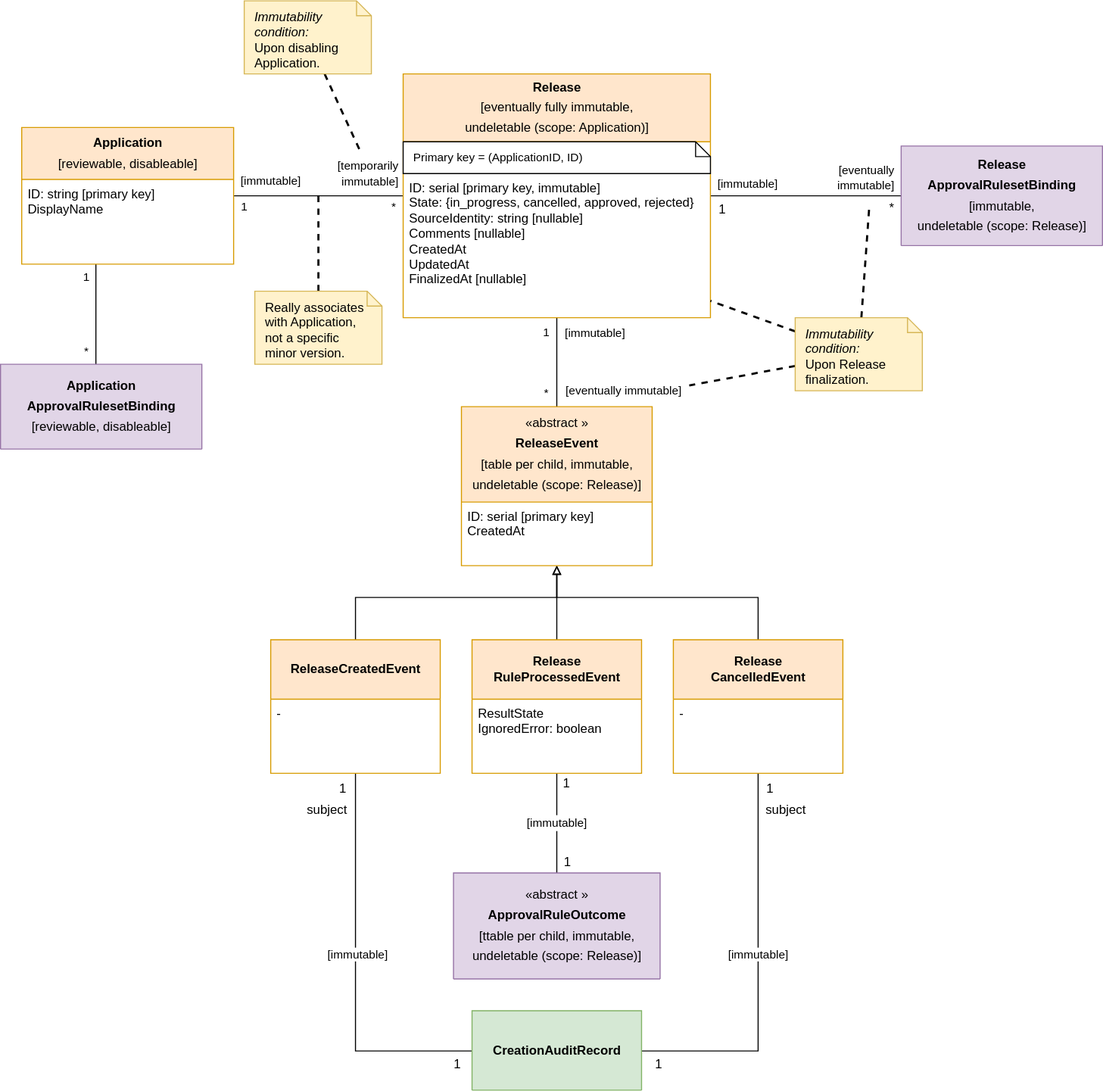
The draw.io diagram devdocs/applications-releases-and-related.drawio.svg in fullstaq-labs/sqedule, before a commit. Source tidied: cells renumbered, new cells last; positions are measured from the earlier drawing's top-left corner, leaving out a move shared by most shapes.
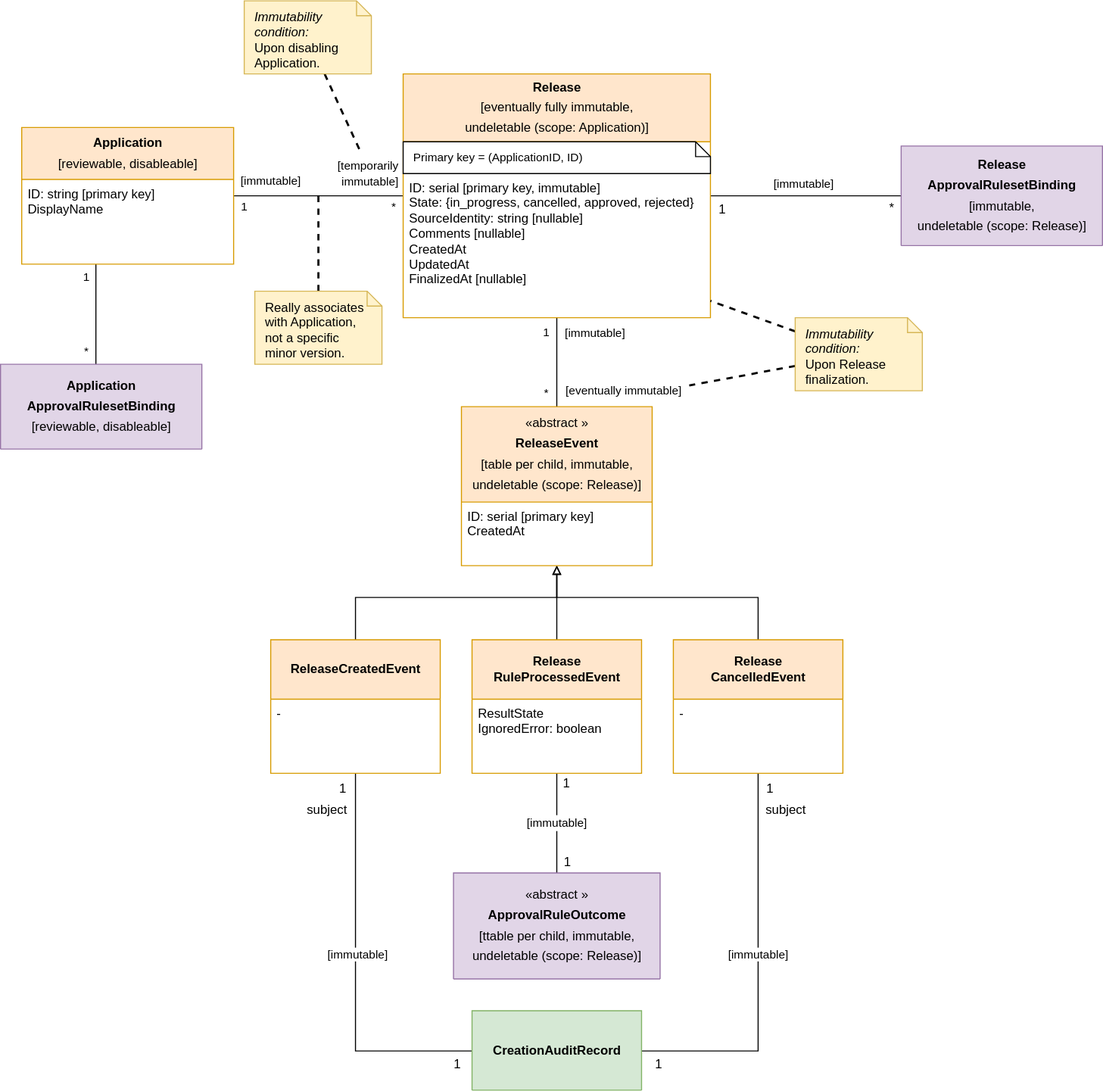
Later version of the same file.

Commit message:
Applications & releases diagram: fix immutability notation on Release -> RulesetBinding relation

Diff of the diagram source:
```diff
@@ -204,14 +204,9 @@
     </mxCell>
     <mxCell id="47" value="[immutable]" style="edgeLabel;html=1;align=center;verticalAlign=middle;fontSize=11;" parent="44" vertex="1">
       <mxGeometry x="-0.84" y="-1" relative="1" as="geometry">
-        <mxPoint x="20" y="-13" as="offset" />
+        <mxPoint x="73" y="-13" as="offset" />
       </mxGeometry>
     </mxCell>
-    <mxCell id="48" value="[eventually&lt;br&gt;immutable]" style="edgeLabel;html=1;align=right;verticalAlign=middle;fontSize=11;" parent="44" vertex="1">
-      <mxGeometry x="0.51" y="1" relative="1" as="geometry">
-        <mxPoint x="38" y="-17" as="offset" />
-      </mxGeometry>
-    </mxCell>
     <mxCell id="49" value="&lt;p style=&quot;line-height: 160%&quot;&gt;Release&lt;br&gt;&lt;span style=&quot;font-weight: normal&quot;&gt;[eventually fully immutable,&lt;br&gt;undeletable (scope: Application)]&lt;/span&gt;&lt;/p&gt;" style="swimlane;fontStyle=1;horizontal=1;startSize=64;fillColor=#ffe6cc;shadow=0;glass=0;comic=0;html=1;strokeColor=#d79b00;swimlaneFillColor=#ffffff;gradientColor=none;" parent="1" vertex="1">
       <mxGeometry x="380" y="69" width="290" height="230" as="geometry" />
     </mxCell>
@@ -235,11 +230,6 @@
     <mxCell id="55" style="rounded=0;jettySize=auto;html=1;fontSize=11;strokeWidth=2;endArrow=none;endFill=0;dashed=1;" parent="1" edge="1" source="58" target="51">
       <mxGeometry relative="1" as="geometry" />
     </mxCell>
-    <mxCell id="56" style="edgeStyle=none;rounded=0;jettySize=auto;html=1;dashed=1;endArrow=none;endFill=0;strokeWidth=2;fontSize=11;" parent="1" edge="1" source="58">
-      <mxGeometry relative="1" as="geometry">
-        <mxPoint x="820" y="193" as="targetPoint" />
-      </mxGeometry>
-    </mxCell>
     <mxCell id="57" style="edgeStyle=none;rounded=0;jettySize=auto;html=1;dashed=1;endArrow=none;endFill=0;strokeWidth=2;fontSize=11;" parent="1" edge="1" source="58">
       <mxGeometry relative="1" as="geometry">
         <mxPoint x="650" y="363" as="targetPoint" />
```
